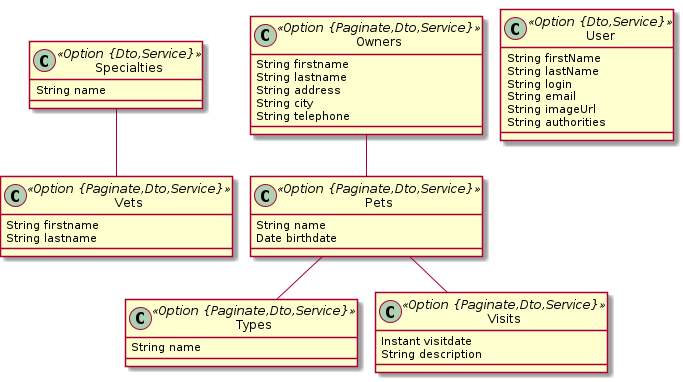
Before: jhipster-pet-clinic.png, a diagram exported from PlantUML (RatJuggler/jhipster-jdl).
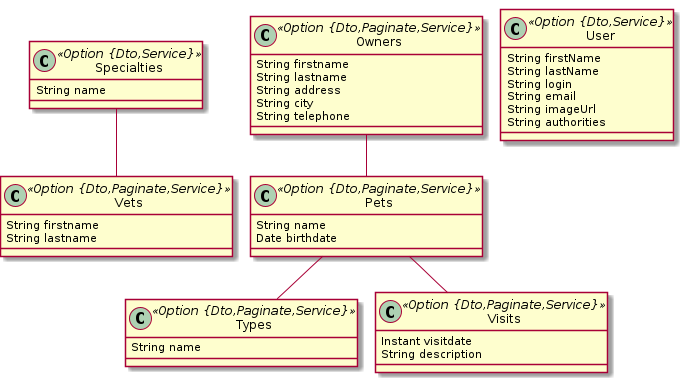
The same file after the commit.

Commit message:
Updated UML diagram.

Diff of the diagram source:
```diff
@@ -1,28 +1,28 @@
 @startuml
 	!pragma graphviz_dot jdot
 	!pragma syntax class
-	class Vets <<Option {Paginate,Dto,Service}>> {
+	class Vets <<Option {Dto,Paginate,Service}>> {
 		String firstname
 		String lastname
 	}
 	class Specialties <<Option {Dto,Service}>> {
 		String name
 	}
-	class Types <<Option {Paginate,Dto,Service}>> {
+	class Types <<Option {Dto,Paginate,Service}>> {
 		String name
 	}
-	class Owners <<Option {Paginate,Dto,Service}>> {
+	class Owners <<Option {Dto,Paginate,Service}>> {
 		String firstname
 		String lastname
 		String address
 		String city
 		String telephone
 	}
-	class Pets <<Option {Paginate,Dto,Service}>> {
+	class Pets <<Option {Dto,Paginate,Service}>> {
 		String name
 		Date birthdate
 	}
-	class Visits <<Option {Paginate,Dto,Service}>> {
+	class Visits <<Option {Dto,Paginate,Service}>> {
 		Instant visitdate
 		String description
 	}
```
